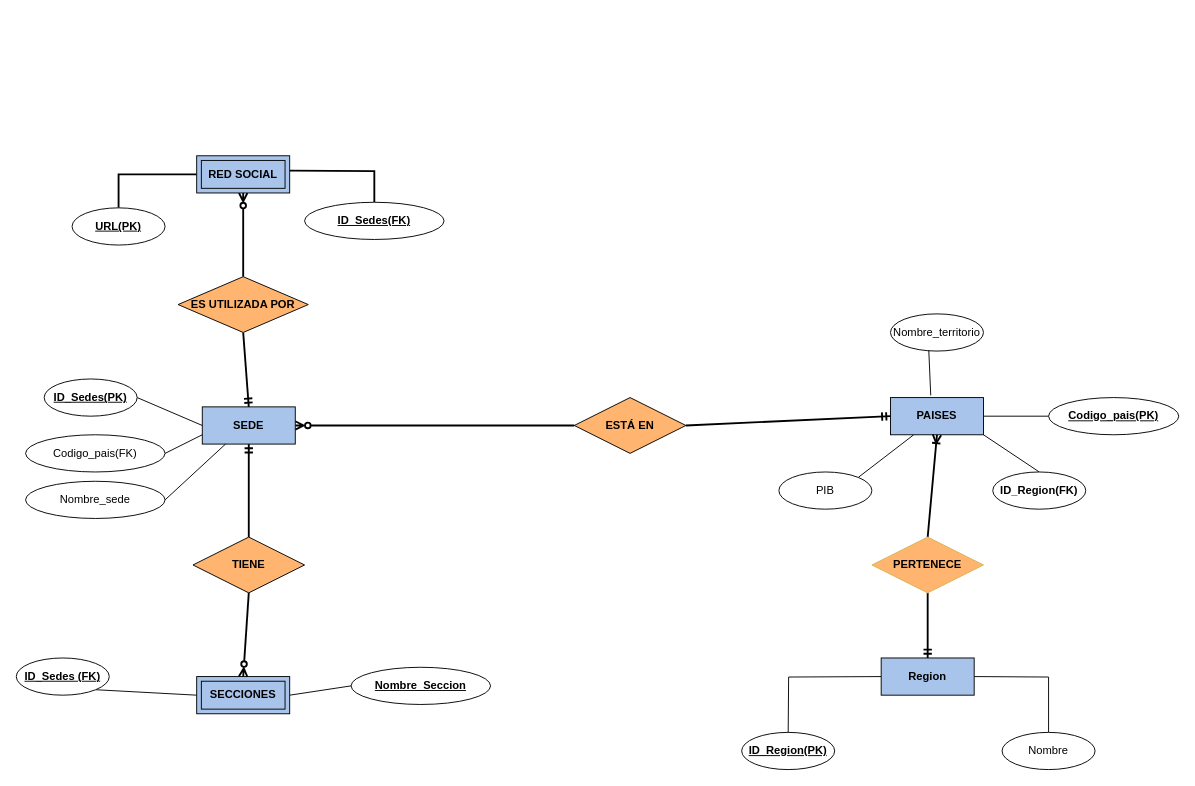
The draw.io diagram TP-01/derTerminado.drawio in rjavier97/LaboDeDatos2024, before the edit. Source tidied: cells renumbered, new cells numbered last; positions are measured from the earlier drawing's top-left corner, leaving out a move shared by most shapes. Both pictures are drawn from the tidied source at 93%, with x=0, y=0 at pixel (16, 155).
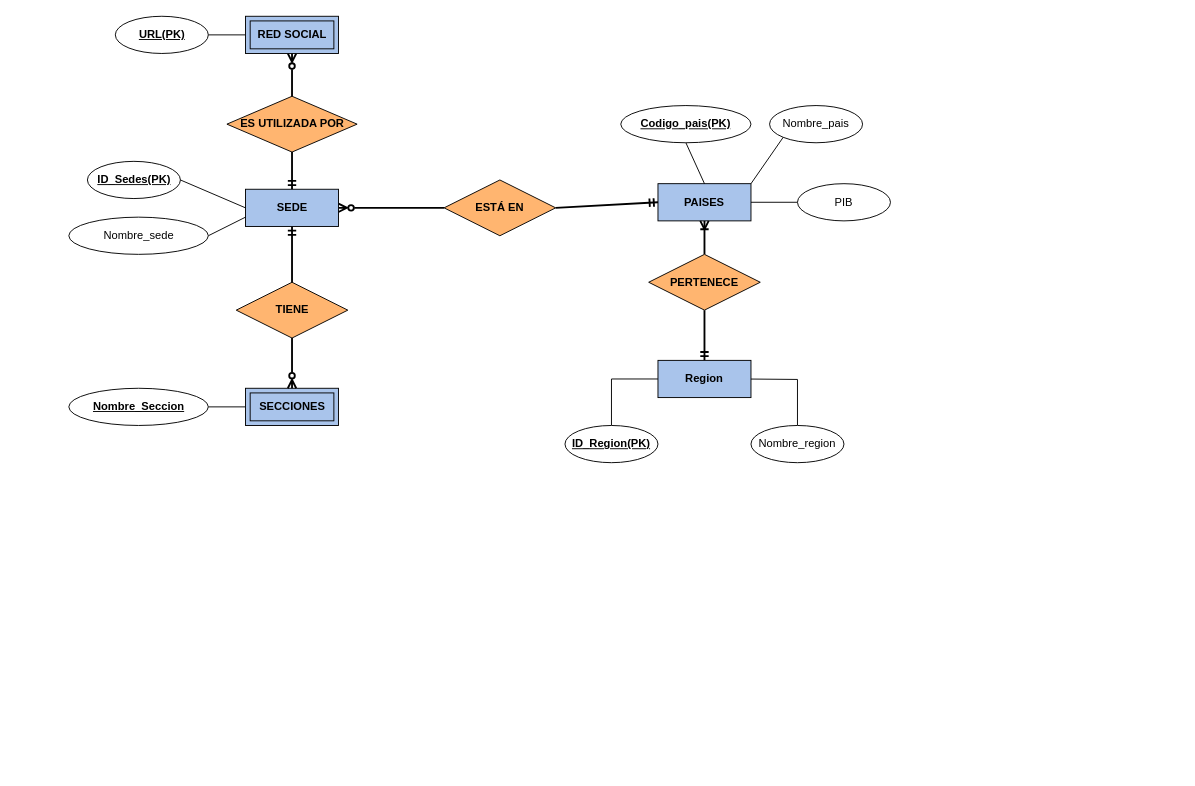
The same diagram, later.

Diff of the diagram source:
```diff
@@
-    <mxCell id="2" style="rounded=0;jettySize=auto;html=1;entryX=0.5;entryY=0;entryDx=0;entryDy=0;endArrow=none;endFill=0;exitX=1;exitY=1;exitDx=0;exitDy=0;" parent="1" edge="1" source="6" target="16">
-      <mxGeometry relative="1" as="geometry" />
-    </mxCell>
+    <mxCell id="4" style="rounded=0;jettySize=auto;html=1;exitX=0.5;exitY=1;exitDx=0;exitDy=0;entryX=0.5;entryY=0;entryDx=0;entryDy=0;startArrow=none;startFill=0;strokeWidth=2;endArrow=ERmandOne;endFill=0;" parent="1" edge="1" source="33" target="42">
+      <mxGeometry relative="1" as="geometry" />
+    </mxCell>
-    <mxCell id="3" style="rounded=0;jettySize=auto;html=1;exitX=0.25;exitY=1;exitDx=0;exitDy=0;entryX=1;entryY=0;entryDx=0;entryDy=0;endArrow=none;endFill=0;" parent="1" edge="1" source="6" target="10">
+    <mxCell id="3" style="edgeStyle=orthogonalEdgeStyle;rounded=0;jettySize=auto;html=1;exitX=1;exitY=0.5;exitDx=0;exitDy=0;entryX=0;entryY=0.5;entryDx=0;entryDy=0;endArrow=none;endFill=0;" parent="1" edge="1" source="6" target="10">
       <mxGeometry relative="1" as="geometry" />
     </mxCell>
-    <mxCell id="4" style="rounded=0;jettySize=auto;html=1;exitX=0.5;exitY=1;exitDx=0;exitDy=0;entryX=0.5;entryY=0;entryDx=0;entryDy=0;startArrow=none;startFill=0;strokeWidth=2;endArrow=ERmandOne;endFill=0;" parent="1" edge="1" source="33">
-      <mxGeometry relative="1" as="geometry">
-        <mxPoint x="980" y="540" as="targetPoint" />
-      </mxGeometry>
-    </mxCell>
-    <mxCell id="5" style="edgeStyle=orthogonalEdgeStyle;rounded=0;jettySize=auto;html=1;exitX=1;exitY=0.5;exitDx=0;exitDy=0;entryX=0;entryY=0.5;entryDx=0;entryDy=0;endArrow=none;endFill=0;" parent="1" edge="1" source="6" target="15">
-      <mxGeometry relative="1" as="geometry" />
-    </mxCell>
     <mxCell id="6" value="PAISES" style="whiteSpace=wrap;html=1;align=center;fillColor=#A9C4EB;fontStyle=1;" parent="1" vertex="1">
-      <mxGeometry x="940" y="260" width="100" height="40" as="geometry" />
+      <mxGeometry x="690" y="30" width="100" height="40" as="geometry" />
     </mxCell>
@@
     <mxCell id="9" value="SEDE" style="whiteSpace=wrap;html=1;align=center;fillColor=#A9C4EB;fontStyle=1;" parent="1" vertex="1">
-      <mxGeometry x="200" y="270" width="100" height="40" as="geometry" />
+      <mxGeometry x="246.5" y="36" width="100" height="40" as="geometry" />
     </mxCell>
     <mxCell id="10" value="PIB" style="ellipse;whiteSpace=wrap;html=1;align=center;" parent="1" vertex="1">
-      <mxGeometry x="820" y="340" width="100" height="40" as="geometry" />
+      <mxGeometry x="840" y="30" width="100" height="40" as="geometry" />
     </mxCell>
-    <mxCell id="11" value="Nombre_territorio" style="ellipse;whiteSpace=wrap;html=1;align=center;" parent="1" vertex="1">
-      <mxGeometry x="940" y="170" width="100" height="40" as="geometry" />
+    <mxCell id="11" value="Nombre_pais" style="ellipse;whiteSpace=wrap;html=1;align=center;" parent="1" vertex="1">
+      <mxGeometry x="810" y="-54" width="100" height="40" as="geometry" />
     </mxCell>
-    <mxCell id="12" style="edgeStyle=orthogonalEdgeStyle;rounded=0;orthogonalLoop=1;jettySize=auto;html=1;exitX=0;exitY=0.5;exitDx=0;exitDy=0;entryX=0.5;entryY=0;entryDx=0;entryDy=0;endArrow=none;endFill=0;" parent="1" edge="1">
-      <mxGeometry relative="1" as="geometry">
-        <mxPoint x="930" y="560" as="sourcePoint" />
-        <mxPoint x="830" y="620" as="targetPoint" />
-      </mxGeometry>
-    </mxCell>
     <mxCell id="13" style="edgeStyle=orthogonalEdgeStyle;rounded=0;jettySize=auto;html=1;exitX=1;exitY=0.5;exitDx=0;exitDy=0;entryX=0.5;entryY=0;entryDx=0;entryDy=0;endArrow=none;endFill=0;" parent="1" edge="1" target="14">
       <mxGeometry relative="1" as="geometry">
-        <mxPoint x="1030" y="560" as="sourcePoint" />
+        <mxPoint x="780" y="240" as="sourcePoint" />
       </mxGeometry>
     </mxCell>
-    <mxCell id="14" value="Nombre" style="ellipse;whiteSpace=wrap;html=1;align=center;" parent="1" vertex="1">
-      <mxGeometry x="1060" y="620" width="100" height="40" as="geometry" />
+    <mxCell id="14" value="Nombre_region" style="ellipse;whiteSpace=wrap;html=1;align=center;" parent="1" vertex="1">
+      <mxGeometry x="790" y="290" width="100" height="40" as="geometry" />
     </mxCell>
+    <mxCell id="45" style="rounded=0;jettySize=auto;html=1;exitX=0.5;exitY=1;exitDx=0;exitDy=0;entryX=0.5;entryY=0;entryDx=0;entryDy=0;endArrow=none;endFill=0;" parent="1" edge="1" source="15" target="6">
+      <mxGeometry relative="1" as="geometry" />
+    </mxCell>
     <mxCell id="15" value="Codigo_pais(PK)" style="ellipse;whiteSpace=wrap;html=1;align=center;fontStyle=5;" parent="1" vertex="1">
-      <mxGeometry x="1110" y="260" width="140" height="40" as="geometry" />
+      <mxGeometry x="650" y="-54" width="140" height="40" as="geometry" />
     </mxCell>
-    <mxCell id="16" value="ID_Region(FK)" style="ellipse;whiteSpace=wrap;html=1;align=center;fontStyle=1;" parent="1" vertex="1">
-      <mxGeometry x="1050" y="340" width="100" height="40" as="geometry" />
-    </mxCell>
@@
     <mxCell id="18" value="ID_Sedes(PK)" style="ellipse;whiteSpace=wrap;html=1;align=center;fontStyle=5;" parent="1" vertex="1">
-      <mxGeometry x="30" y="240" width="100" height="40" as="geometry" />
+      <mxGeometry x="76.5" y="6" width="100" height="40" as="geometry" />
     </mxCell>
@@
-    <mxCell id="20" value="Codigo_pais(FK)" style="ellipse;whiteSpace=wrap;html=1;align=center;" parent="1" vertex="1">
-      <mxGeometry x="10" y="300" width="150" height="40" as="geometry" />
+    <mxCell id="20" value="Nombre_sede" style="ellipse;whiteSpace=wrap;html=1;align=center;" parent="1" vertex="1">
+      <mxGeometry x="56.5" y="66" width="150" height="40" as="geometry" />
     </mxCell>
-    <mxCell id="21" style="rounded=0;jettySize=auto;html=1;exitX=1;exitY=1;exitDx=0;exitDy=0;strokeColor=default;endArrow=none;endFill=0;entryX=0;entryY=0.5;entryDx=0;entryDy=0;" parent="1" edge="1" source="22" target="27">
-      <mxGeometry relative="1" as="geometry" />
-    </mxCell>
-    <mxCell id="22" value="ID_Sedes (FK)" style="ellipse;whiteSpace=wrap;html=1;align=center;fontStyle=5;" parent="1" vertex="1">
-      <mxGeometry y="540" width="100" height="40" as="geometry" />
-    </mxCell>
+    <mxCell id="24" style="edgeStyle=orthogonalEdgeStyle;rounded=0;jettySize=auto;html=1;exitX=1;exitY=0.5;exitDx=0;exitDy=0;entryX=0;entryY=0.5;entryDx=0;entryDy=0;endArrow=none;endFill=0;" parent="1" edge="1" source="23" target="27">
+      <mxGeometry relative="1" as="geometry" />
+    </mxCell>
     <mxCell id="23" value="&lt;u&gt;Nombre_Seccion&lt;/u&gt;" style="ellipse;whiteSpace=wrap;html=1;align=center;fontStyle=1;" parent="1" vertex="1">
-      <mxGeometry x="360" y="550" width="150" height="40" as="geometry" />
+      <mxGeometry x="56.5" y="250" width="150" height="40" as="geometry" />
     </mxCell>
-    <mxCell id="24" style="rounded=0;jettySize=auto;html=1;entryX=1;entryY=0.5;entryDx=0;entryDy=0;endArrow=none;endFill=0;exitX=0;exitY=0.5;exitDx=0;exitDy=0;" parent="1" edge="1" source="23" target="27">
-      <mxGeometry relative="1" as="geometry" />
-    </mxCell>
-    <mxCell id="25" style="rounded=0;jettySize=auto;html=1;exitX=0.433;exitY=-0.059;exitDx=0;exitDy=0;endArrow=none;endFill=0;entryX=0.412;entryY=0.98;entryDx=0;entryDy=0;entryPerimeter=0;exitPerimeter=0;" parent="1" edge="1" source="6" target="11">
-      <mxGeometry relative="1" as="geometry" />
-    </mxCell>
+    <mxCell id="46" style="edgeStyle=orthogonalEdgeStyle;rounded=0;jettySize=auto;html=1;exitX=0.5;exitY=0;exitDx=0;exitDy=0;entryX=0;entryY=0.5;entryDx=0;entryDy=0;endArrow=none;endFill=0;" parent="1" edge="1" source="26" target="42">
+      <mxGeometry relative="1" as="geometry" />
+    </mxCell>
     <mxCell id="26" value="ID_Region(PK)" style="ellipse;whiteSpace=wrap;html=1;align=center;fontStyle=5;" parent="1" vertex="1">
-      <mxGeometry x="780" y="620" width="100" height="40" as="geometry" />
+      <mxGeometry x="590" y="290" width="100" height="40" as="geometry" />
     </mxCell>
     <mxCell id="27" value="SECCIONES" style="shape=ext;margin=3;double=1;whiteSpace=wrap;html=1;align=center;fillColor=#A9C4EB;fontStyle=1;" parent="1" vertex="1">
-      <mxGeometry x="194" y="560" width="100" height="40" as="geometry" />
+      <mxGeometry x="246.5" y="250" width="100" height="40" as="geometry" />
     </mxCell>
@@
     <mxCell id="29" value="TIENE" style="shape=rhombus;perimeter=rhombusPerimeter;whiteSpace=wrap;html=1;align=center;fillColor=#FFB570;fontStyle=1;" parent="1" vertex="1">
-      <mxGeometry x="190" y="410" width="120" height="60" as="geometry" />
+      <mxGeometry x="236.5" y="136" width="120" height="60" as="geometry" />
     </mxCell>
@@
     <mxCell id="31" value="ESTÁ EN" style="shape=rhombus;perimeter=rhombusPerimeter;whiteSpace=wrap;html=1;align=center;fillColor=#FFB570;fontStyle=1;" parent="1" vertex="1">
-      <mxGeometry x="600" y="260" width="120" height="60" as="geometry" />
+      <mxGeometry x="460" y="26" width="120" height="60" as="geometry" />
     </mxCell>
@@
-    <mxCell id="33" value="PERTENECE" style="shape=rhombus;perimeter=rhombusPerimeter;whiteSpace=wrap;html=1;align=center;fillColor=#FFB570;strokeColor=#d6b656;fontStyle=1;" parent="1" vertex="1">
-      <mxGeometry x="920" y="410" width="120" height="60" as="geometry" />
+    <mxCell id="33" value="PERTENECE" style="shape=rhombus;perimeter=rhombusPerimeter;whiteSpace=wrap;html=1;align=center;fillColor=#FFB570;strokeColor=#000000;fontStyle=1;" parent="1" vertex="1">
+      <mxGeometry x="680" y="106" width="120" height="60" as="geometry" />
     </mxCell>
@@
-    <mxCell id="35" style="edgeStyle=orthogonalEdgeStyle;rounded=0;jettySize=auto;html=1;exitX=1;exitY=0.5;exitDx=0;exitDy=0;endArrow=none;endFill=0;strokeWidth=2;entryX=0.5;entryY=0;entryDx=0;entryDy=0;" parent="1" edge="1" target="38">
-      <mxGeometry relative="1" as="geometry">
-        <mxPoint x="294" y="16" as="sourcePoint" />
-      </mxGeometry>
-    </mxCell>
-    <mxCell id="36" style="edgeStyle=orthogonalEdgeStyle;rounded=0;jettySize=auto;html=1;exitX=0.5;exitY=0;exitDx=0;exitDy=0;entryX=0;entryY=0.5;entryDx=0;entryDy=0;strokeWidth=2;endArrow=none;endFill=0;" parent="1" edge="1" source="37" target="41">
+    <mxCell id="36" style="rounded=0;jettySize=auto;html=1;exitX=1;exitY=0.5;exitDx=0;exitDy=0;entryX=0;entryY=0.5;entryDx=0;entryDy=0;endArrow=none;endFill=0;" parent="1" edge="1" source="37" target="41">
       <mxGeometry relative="1" as="geometry" />
     </mxCell>
     <mxCell id="37" value="URL(PK)" style="ellipse;whiteSpace=wrap;html=1;align=center;fontStyle=5;" parent="1" vertex="1">
-      <mxGeometry x="60" y="56" width="100" height="40" as="geometry" />
+      <mxGeometry x="106.5" y="-150" width="100" height="40" as="geometry" />
     </mxCell>
-    <mxCell id="38" value="ID_Sedes(FK)" style="ellipse;whiteSpace=wrap;html=1;align=center;fontStyle=5;" parent="1" vertex="1">
-      <mxGeometry x="310" y="50" width="150" height="40" as="geometry" />
-    </mxCell>
@@
     <mxCell id="40" value="ES UTILIZADA POR" style="shape=rhombus;perimeter=rhombusPerimeter;whiteSpace=wrap;html=1;align=center;fillColor=#FFB570;fontStyle=1;" parent="1" vertex="1">
-      <mxGeometry x="174" y="130" width="140" height="60" as="geometry" />
+      <mxGeometry x="226.5" y="-64" width="140" height="60" as="geometry" />
     </mxCell>
     <mxCell id="41" value="RED SOCIAL" style="shape=ext;margin=3;double=1;whiteSpace=wrap;html=1;align=center;fillColor=#A9C4EB;fontStyle=1;" parent="1" vertex="1">
-      <mxGeometry x="194" width="100" height="40" as="geometry" />
+      <mxGeometry x="246.5" y="-150" width="100" height="40" as="geometry" />
     </mxCell>
     <mxCell id="42" value="Region" style="whiteSpace=wrap;html=1;align=center;fillColor=#A9C4EB;fontStyle=1;" parent="1" vertex="1">
-      <mxGeometry x="930" y="540" width="100" height="40" as="geometry" />
+      <mxGeometry x="690" y="220" width="100" height="40" as="geometry" />
     </mxCell>
-    <mxCell id="43" style="rounded=0;jettySize=auto;html=1;exitX=1;exitY=0.5;exitDx=0;exitDy=0;entryX=0.25;entryY=1;entryDx=0;entryDy=0;endArrow=none;endFill=0;" parent="1" edge="1" source="44" target="9">
-      <mxGeometry relative="1" as="geometry" />
-    </mxCell>
-    <mxCell id="44" value="Nombre_sede" style="ellipse;whiteSpace=wrap;html=1;align=center;" parent="1" vertex="1">
-      <mxGeometry x="10" y="350" width="150" height="40" as="geometry" />
-    </mxCell>
+    <mxCell id="25" style="rounded=0;jettySize=auto;html=1;exitX=1;exitY=0;exitDx=0;exitDy=0;entryX=0;entryY=1;entryDx=0;entryDy=0;endArrow=none;endFill=0;" parent="1" edge="1" source="6" target="11">
+      <mxGeometry relative="1" as="geometry" />
+    </mxCell>
```
